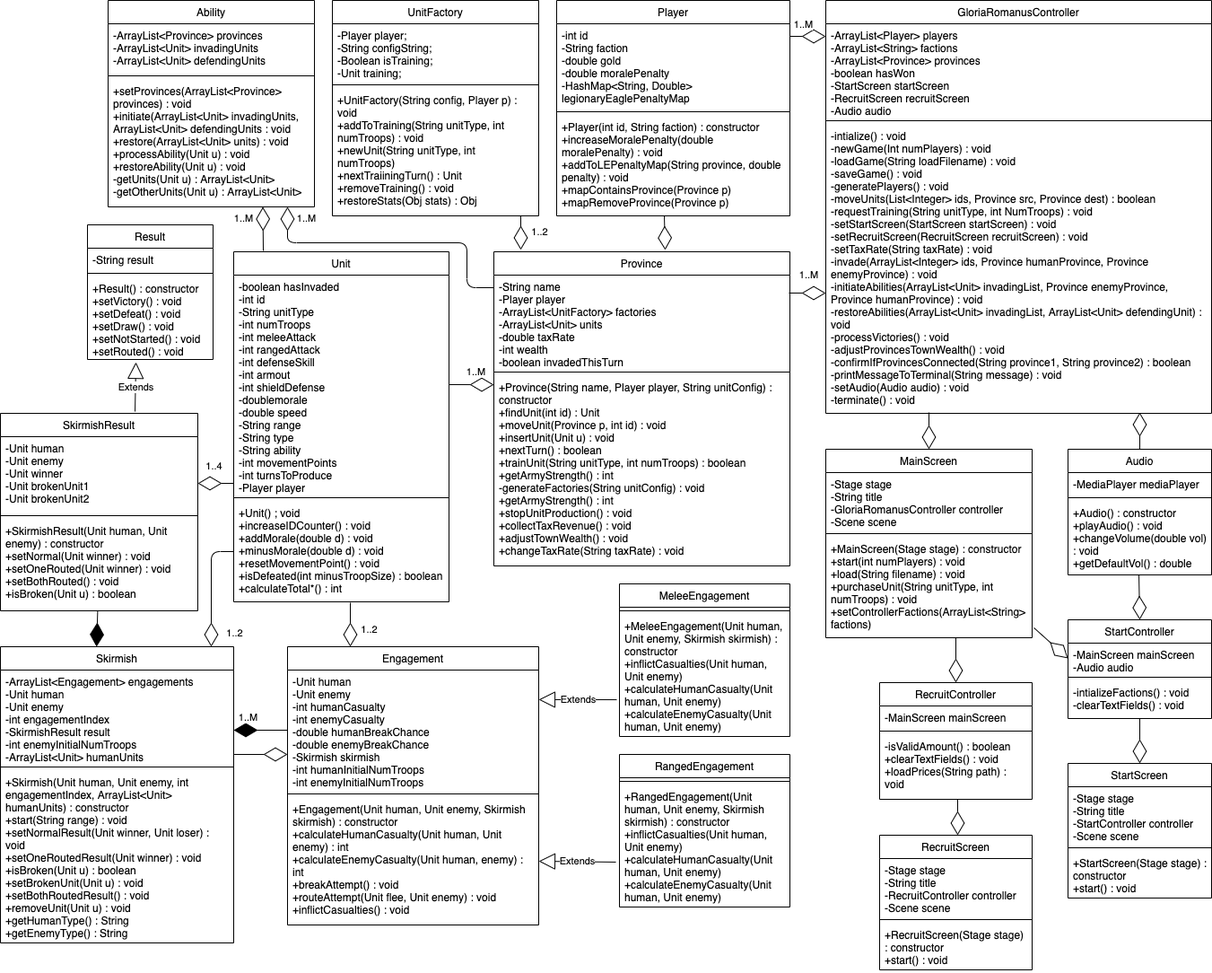
marcusoyang/gloria-romanus keeps this draw.io diagram as UMLRevised.png. Above is the earlier version. Source tidied: cells renumbered, new cells last; positions are measured from the earlier drawing's top-left corner, leaving out a move shared by most shapes.
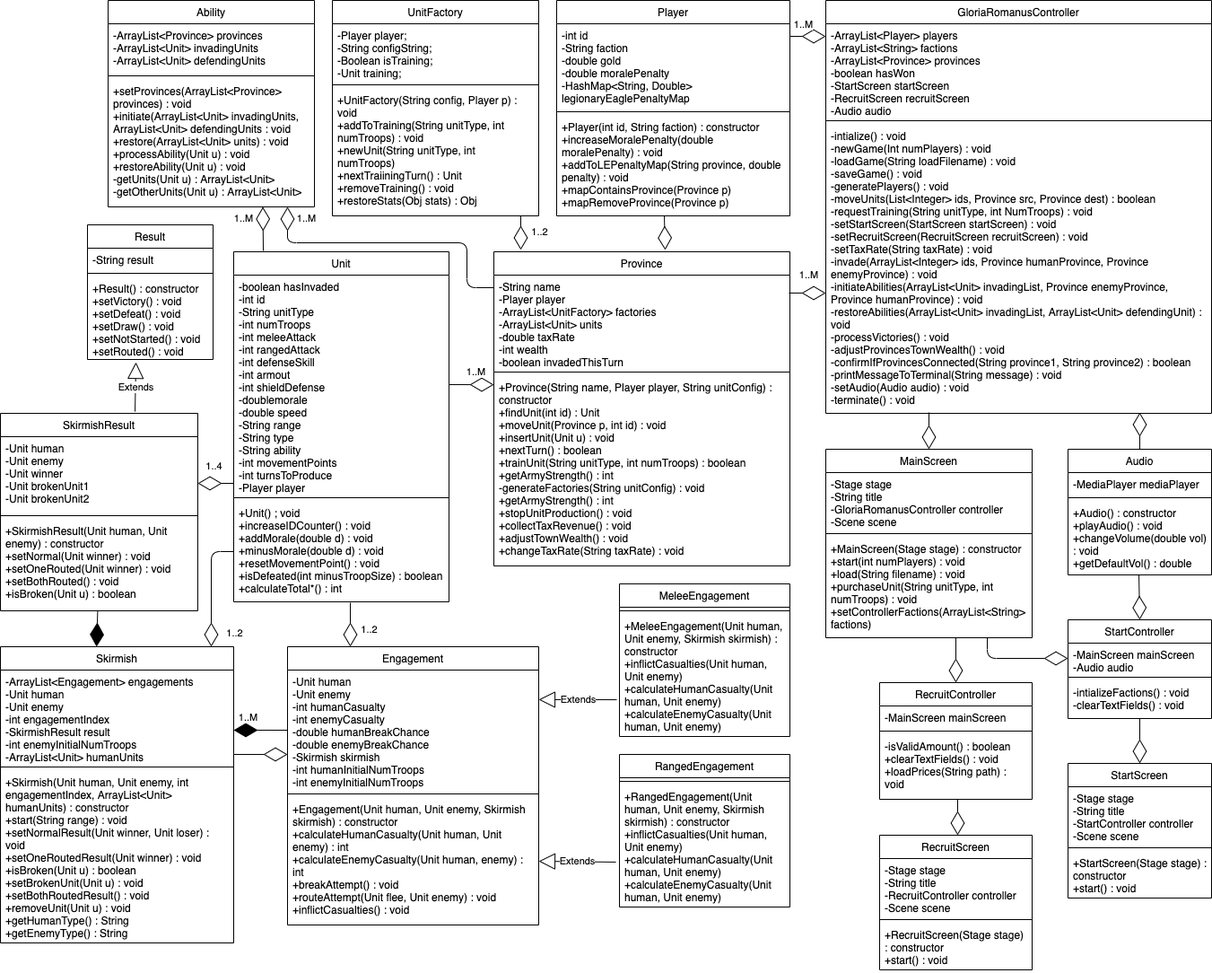
After the change.

What changed in the source:
```diff
@@ -220,8 +220,13 @@
     <mxCell id="66" style="endArrow=diamondThin;endFill=0;endSize=24;html=1;entryX=0.5;entryY=0;entryDx=0;entryDy=0;exitX=0.494;exitY=1;exitDx=0;exitDy=0;exitPerimeter=0;" parent="1" edge="1" source="13" target="62">
       <mxGeometry relative="1" as="geometry" />
     </mxCell>
-    <mxCell id="67" style="endArrow=diamondThin;endFill=0;endSize=24;html=1;exitX=1.009;exitY=0.99;exitDx=0;exitDy=0;exitPerimeter=0;entryX=0;entryY=0.5;entryDx=0;entryDy=0;" parent="1" edge="1" source="21" target="63">
-      <mxGeometry relative="1" as="geometry" />
+    <mxCell id="67" style="endArrow=diamondThin;endFill=0;endSize=24;html=1;entryX=0;entryY=0.5;entryDx=0;entryDy=0;" parent="1" edge="1" target="63">
+      <mxGeometry relative="1" as="geometry">
+        <mxPoint x="1100" y="710" as="sourcePoint" />
+        <Array as="points">
+          <mxPoint x="1100" y="733" />
+        </Array>
+      </mxGeometry>
     </mxCell>
     <mxCell id="68" value="StartScreen" style="swimlane;fontStyle=0;align=center;verticalAlign=top;horizontal=1;startSize=26;rounded=0;shadow=0;strokeWidth=1;" parent="1" vertex="1">
       <mxGeometry x="1190" y="850" width="160" height="150" as="geometry" />
```
